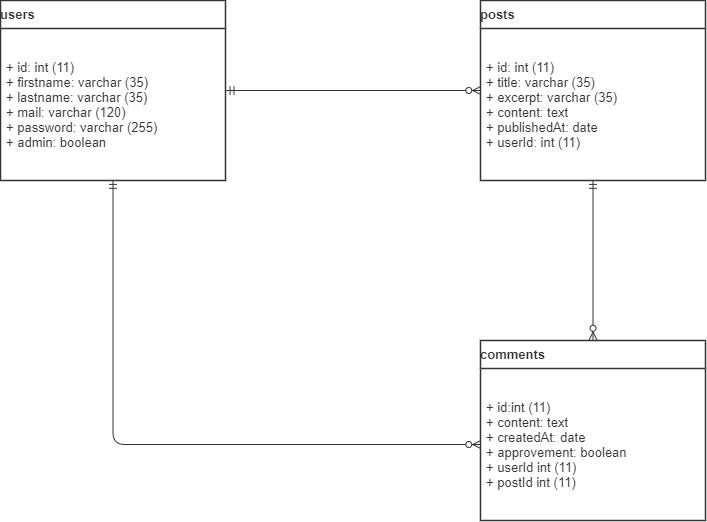
Earlier version of the draw.io export diagrammes/P5_UML_mcd.png (cdiot/blog). Source tidied: cells renumbered, new cells last; positions are measured from the earlier drawing's top-left corner, leaving out a move shared by most shapes.
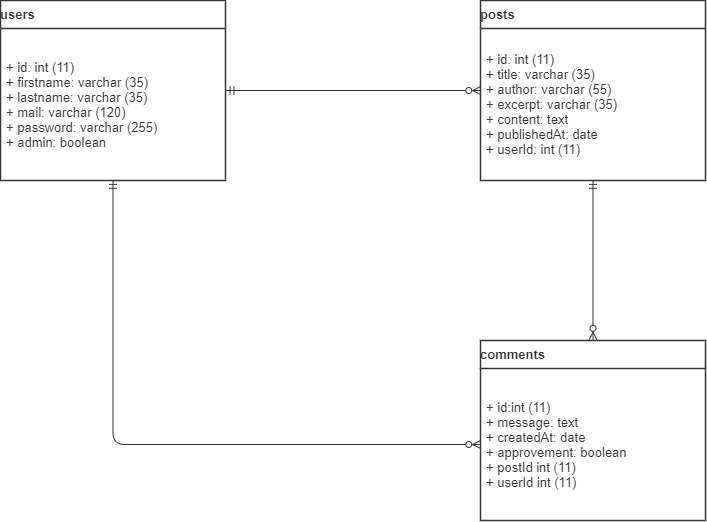
After the commit.

The edit, as a diff of the source:
```diff
@@ -11,7 +11,7 @@
     <mxCell id="4" value="posts" style="html=1;overflow=block;blockSpacing=1;whiteSpace=wrap;swimlane;horizontal=1;fontStyle=0;swimlaneFillColor=#ffffff;startSize=28;whiteSpace=wrap;fontSize=13;fontColor=#333333;fontStyle=1;whiteSpace=wrap;align=left;spacing=0;strokeColor=#333333;strokeOpacity=100;strokeWidth=1.5;" parent="1" vertex="1">
       <mxGeometry x="480" width="225" height="180" as="geometry" />
     </mxCell>
-    <mxCell id="5" value="+ id: int (11)&lt;br&gt;+ title: varchar (35)&lt;br&gt;+ excerpt: varchar (35)&amp;nbsp;&lt;br&gt;+ content: text&lt;br&gt;+ publishedAt: date&lt;br&gt;+ userId: int (11)" style="html=1;whiteSpace=wrap;strokeColor=none;fillColor=none;align=left;verticalAlign=middle;spacingLeft=4;spacingRight=4;overflow=hidden;swimlaneFillColor=#ffffff;strokeOpacity=100;whiteSpace=wrap;fontSize=13;fontColor=#333333;" parent="4" vertex="1">
+    <mxCell id="5" value="+ id: int (11)&lt;br&gt;+ title: varchar (35)&lt;br&gt;+ author: varchar (55)&lt;br&gt;+ excerpt: varchar (35)&amp;nbsp;&lt;br&gt;+ content: text&lt;br&gt;+ publishedAt: date&lt;br&gt;+ userId: int (11)" style="html=1;whiteSpace=wrap;strokeColor=none;fillColor=none;align=left;verticalAlign=middle;spacingLeft=4;spacingRight=4;overflow=hidden;swimlaneFillColor=#ffffff;strokeOpacity=100;whiteSpace=wrap;fontSize=13;fontColor=#333333;" parent="4" vertex="1">
       <mxGeometry y="28" width="225" height="152" as="geometry" />
     </mxCell>
     <mxCell id="6" style="html=1;jettySize=18;whiteSpace=wrap;fontSize=13;strokeColor=#333333;strokeOpacity=100;strokeWidth=0.8;rounded=1;arcSize=24;edgeStyle=orthogonalEdgeStyle;startArrow=ERzeroToMany;endArrow=ERmandOne;entryX=1.003;entryY=0.5;entryPerimeter=0;startFill=1;endFill=0;" parent="1" edge="1" source="4" target="2">
@@ -20,7 +20,7 @@
     <mxCell id="7" value="comments" style="html=1;overflow=block;blockSpacing=1;whiteSpace=wrap;swimlane;horizontal=1;fontStyle=0;swimlaneFillColor=#ffffff;startSize=28;whiteSpace=wrap;fontSize=13;fontColor=#333333;fontStyle=1;whiteSpace=wrap;align=left;spacing=0;strokeColor=#333333;strokeOpacity=100;strokeWidth=1.5;" parent="1" vertex="1">
       <mxGeometry x="480" y="340" width="225" height="180" as="geometry" />
     </mxCell>
-    <mxCell id="8" value="+ id:int (11)&lt;br&gt;+ content: text&lt;br&gt;+ createdAt: date&lt;br&gt;+ approvement: boolean&lt;br&gt;+ userId int (11)&lt;br&gt;+ postId int (11)" style="html=1;whiteSpace=wrap;strokeColor=none;fillColor=none;align=left;verticalAlign=middle;spacingLeft=4;spacingRight=4;overflow=hidden;points=[[0,0.5],[1,0.5]];portConstraint=eastwest;swimlaneFillColor=#ffffff;strokeOpacity=100;whiteSpace=wrap;fontSize=13;fontColor=#333333;" parent="7" vertex="1">
+    <mxCell id="8" value="+ id:int (11)&lt;br&gt;+ message: text&lt;br&gt;+ createdAt: date&lt;br&gt;+ approvement: boolean&lt;br&gt;+ postId int (11)&lt;br&gt;+ userId int (11)" style="html=1;whiteSpace=wrap;strokeColor=none;fillColor=none;align=left;verticalAlign=middle;spacingLeft=4;spacingRight=4;overflow=hidden;points=[[0,0.5],[1,0.5]];portConstraint=eastwest;swimlaneFillColor=#ffffff;strokeOpacity=100;whiteSpace=wrap;fontSize=13;fontColor=#333333;" parent="7" vertex="1">
       <mxGeometry y="28" width="225" height="152" as="geometry" />
     </mxCell>
     <mxCell id="9" style="html=1;jettySize=18;whiteSpace=wrap;fontSize=13;strokeColor=#333333;strokeOpacity=100;strokeWidth=0.8;rounded=1;arcSize=24;edgeStyle=orthogonalEdgeStyle;startArrow=ERmandOne;endArrow=ERzeroToMany;entryX=0.5;entryY=-0.003;entryPerimeter=0;startFill=0;endFill=1;" parent="1" edge="1" source="4" target="7">
```
